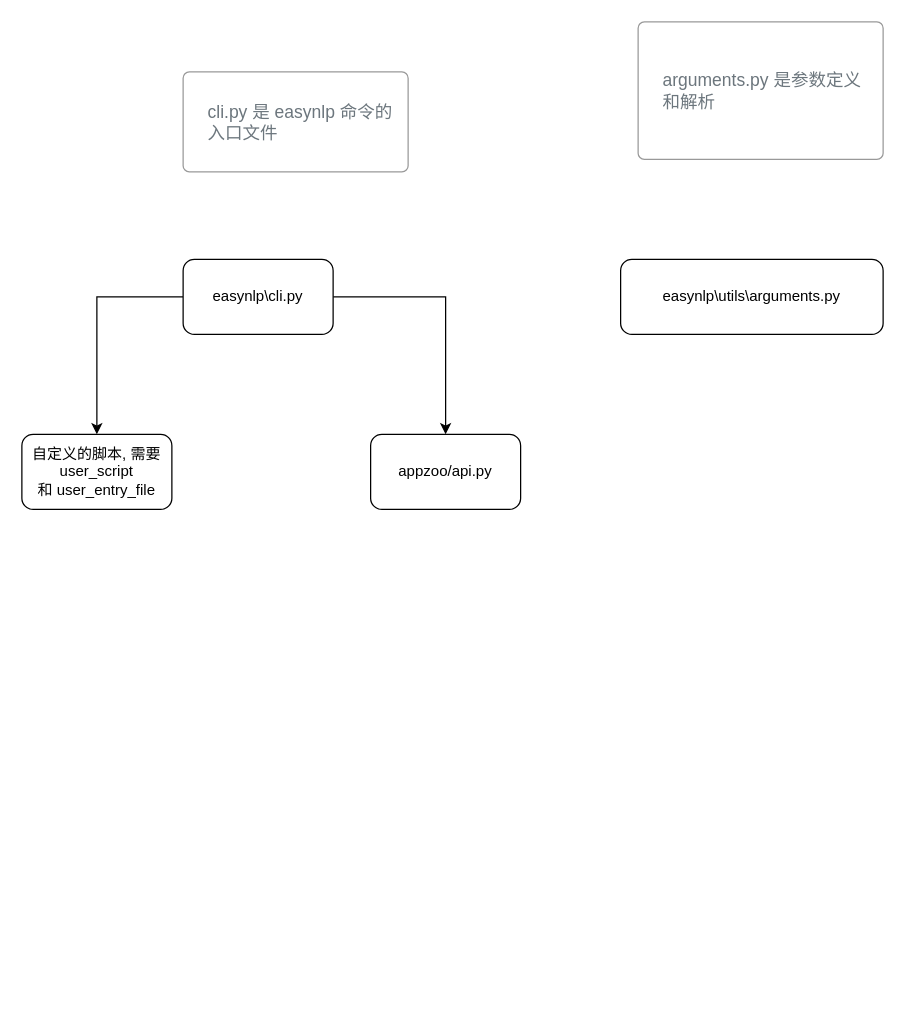
Earlier version of the draw.io diagram easynlp.drawio (zhenhua32/EasyNLP). Source tidied: cells renumbered, new cells numbered last; positions are measured from the earlier drawing's top-left corner, leaving out a move shared by most shapes. Both pictures are drawn from the tidied source at 125%, with x=0, y=0 at pixel (21, 21).
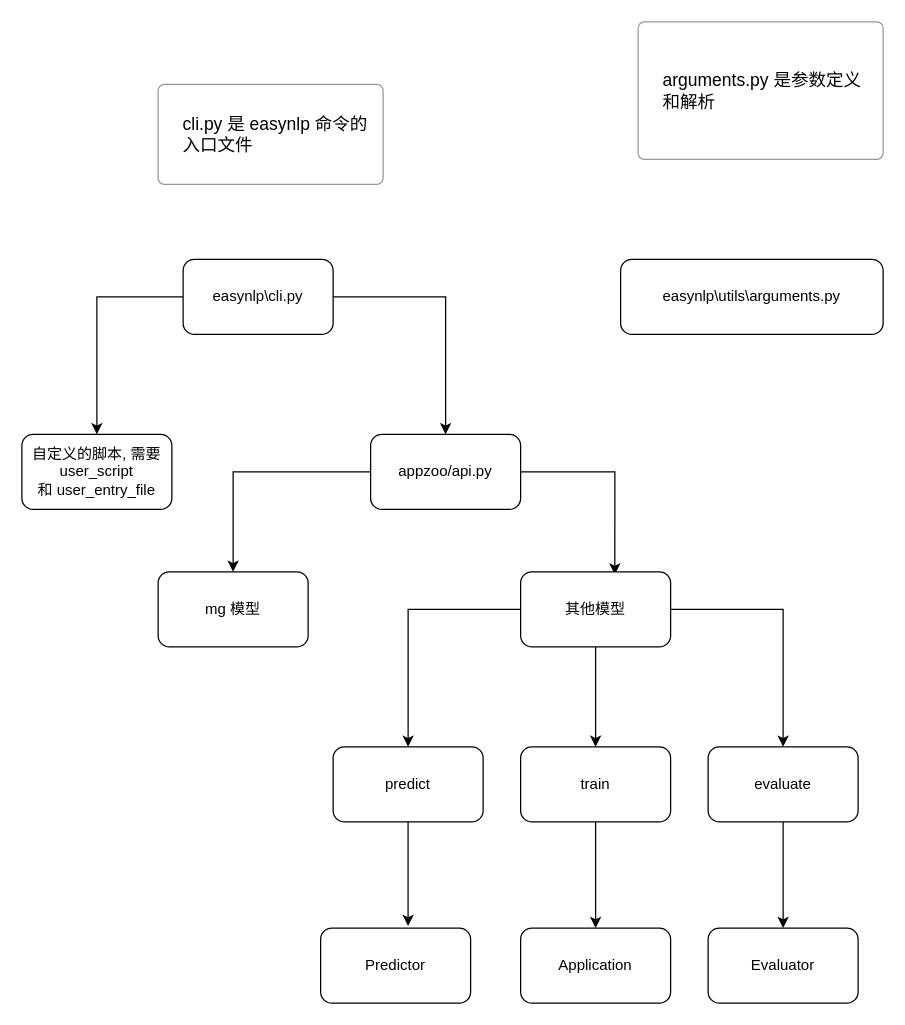
The same page after the edit.

Unchanged cells that the change refers to:
```xml
<mxCell id="9" value="appzoo/api.py" style="rounded=1;whiteSpace=wrap;html=1;" parent="1" vertex="1">
  <mxGeometry x="279" y="330" width="120" height="60" as="geometry" />
</mxCell>
```

Diff of the diagram source:
```diff
@@
-    <mxCell id="5" value="cli.py 是 easynlp 命令的入口文件" style="html=1;shadow=0;dashed=0;shape=mxgraph.bootstrap.rrect;rSize=5;strokeColor=#999999;strokeWidth=1;fillColor=#FFFFFF;fontColor=#6C767D;whiteSpace=wrap;align=left;verticalAlign=middle;spacingLeft=10;fontSize=14;spacing=10;" parent="1" vertex="1">
-      <mxGeometry x="129" y="40" width="180" height="80" as="geometry" />
+    <mxCell id="5" value="&lt;font color=&quot;#000000&quot;&gt;cli.py 是 easynlp 命令的入口文件&lt;/font&gt;" style="html=1;shadow=0;dashed=0;shape=mxgraph.bootstrap.rrect;rSize=5;strokeColor=#999999;strokeWidth=1;fillColor=#FFFFFF;fontColor=#6C767D;whiteSpace=wrap;align=left;verticalAlign=middle;spacingLeft=10;fontSize=14;spacing=10;" parent="1" vertex="1">
+      <mxGeometry x="109" y="50" width="180" height="80" as="geometry" />
     </mxCell>
@@
-    <mxCell id="7" value="arguments.py 是参数定义和解析" style="html=1;shadow=0;dashed=0;shape=mxgraph.bootstrap.rrect;rSize=5;strokeColor=#999999;strokeWidth=1;fillColor=#FFFFFF;fontColor=#6C767D;whiteSpace=wrap;align=left;verticalAlign=middle;spacingLeft=10;fontSize=14;spacing=10;" parent="1" vertex="1">
+    <mxCell id="7" value="&lt;font color=&quot;#000000&quot;&gt;arguments.py 是参数定义和解析&lt;/font&gt;" style="html=1;shadow=0;dashed=0;shape=mxgraph.bootstrap.rrect;rSize=5;strokeColor=#999999;strokeWidth=1;fillColor=#FFFFFF;fontColor=#6C767D;whiteSpace=wrap;align=left;verticalAlign=middle;spacingLeft=10;fontSize=14;spacing=10;" parent="1" vertex="1">
       <mxGeometry x="493" width="196" height="110" as="geometry" />
     </mxCell>
@@
+    <mxCell id="10" style="edgeStyle=orthogonalEdgeStyle;rounded=0;jettySize=auto;html=1;entryX=0.5;entryY=0;entryDx=0;entryDy=0;" parent="1" edge="1" source="9" target="12">
+      <mxGeometry relative="1" as="geometry" />
+    </mxCell>
+    <mxCell id="11" style="edgeStyle=orthogonalEdgeStyle;rounded=0;jettySize=auto;html=1;entryX=0.628;entryY=0.036;entryDx=0;entryDy=0;entryPerimeter=0;" parent="1" edge="1" source="9" target="16">
+      <mxGeometry relative="1" as="geometry">
+        <Array as="points">
+          <mxPoint x="474" y="360" />
+        </Array>
+      </mxGeometry>
+    </mxCell>
@@
+    <mxCell id="12" value="mg 模型" style="rounded=1;whiteSpace=wrap;html=1;" parent="1" vertex="1">
+      <mxGeometry x="109" y="440" width="120" height="60" as="geometry" />
+    </mxCell>
+    <mxCell id="13" style="edgeStyle=orthogonalEdgeStyle;rounded=0;jettySize=auto;html=1;" parent="1" edge="1" source="16" target="20">
+      <mxGeometry relative="1" as="geometry" />
+    </mxCell>
+    <mxCell id="14" style="edgeStyle=orthogonalEdgeStyle;rounded=0;jettySize=auto;html=1;entryX=0.5;entryY=0;entryDx=0;entryDy=0;" parent="1" edge="1" source="16" target="18">
+      <mxGeometry relative="1" as="geometry" />
+    </mxCell>
+    <mxCell id="15" style="edgeStyle=orthogonalEdgeStyle;rounded=0;jettySize=auto;html=1;entryX=0.5;entryY=0;entryDx=0;entryDy=0;" parent="1" edge="1" source="16" target="22">
+      <mxGeometry relative="1" as="geometry" />
+    </mxCell>
+    <mxCell id="16" value="其他模型" style="rounded=1;whiteSpace=wrap;html=1;" parent="1" vertex="1">
+      <mxGeometry x="399" y="440" width="120" height="60" as="geometry" />
+    </mxCell>
+    <mxCell id="17" style="edgeStyle=orthogonalEdgeStyle;rounded=0;jettySize=auto;html=1;entryX=0.583;entryY=-0.028;entryDx=0;entryDy=0;entryPerimeter=0;" parent="1" edge="1" source="18" target="25">
+      <mxGeometry relative="1" as="geometry" />
+    </mxCell>
+    <mxCell id="18" value="predict" style="rounded=1;whiteSpace=wrap;html=1;" parent="1" vertex="1">
+      <mxGeometry x="249" y="580" width="120" height="60" as="geometry" />
+    </mxCell>
+    <mxCell id="19" style="edgeStyle=orthogonalEdgeStyle;rounded=0;jettySize=auto;html=1;entryX=0.5;entryY=0;entryDx=0;entryDy=0;" parent="1" edge="1" source="20" target="23">
+      <mxGeometry relative="1" as="geometry" />
+    </mxCell>
+    <mxCell id="20" value="train" style="rounded=1;whiteSpace=wrap;html=1;" parent="1" vertex="1">
+      <mxGeometry x="399" y="580" width="120" height="60" as="geometry" />
+    </mxCell>
+    <mxCell id="21" style="edgeStyle=orthogonalEdgeStyle;rounded=0;jettySize=auto;html=1;" parent="1" edge="1" source="22" target="24">
+      <mxGeometry relative="1" as="geometry" />
+    </mxCell>
+    <mxCell id="22" value="evaluate" style="rounded=1;whiteSpace=wrap;html=1;" parent="1" vertex="1">
+      <mxGeometry x="549" y="580" width="120" height="60" as="geometry" />
+    </mxCell>
+    <mxCell id="23" value="Application" style="rounded=1;whiteSpace=wrap;html=1;" parent="1" vertex="1">
+      <mxGeometry x="399" y="725" width="120" height="60" as="geometry" />
+    </mxCell>
+    <mxCell id="24" value="Evaluator" style="rounded=1;whiteSpace=wrap;html=1;" parent="1" vertex="1">
+      <mxGeometry x="549" y="725" width="120" height="60" as="geometry" />
+    </mxCell>
+    <mxCell id="25" value="Predictor" style="rounded=1;whiteSpace=wrap;html=1;" parent="1" vertex="1">
+      <mxGeometry x="239" y="725" width="120" height="60" as="geometry" />
+    </mxCell>
```
